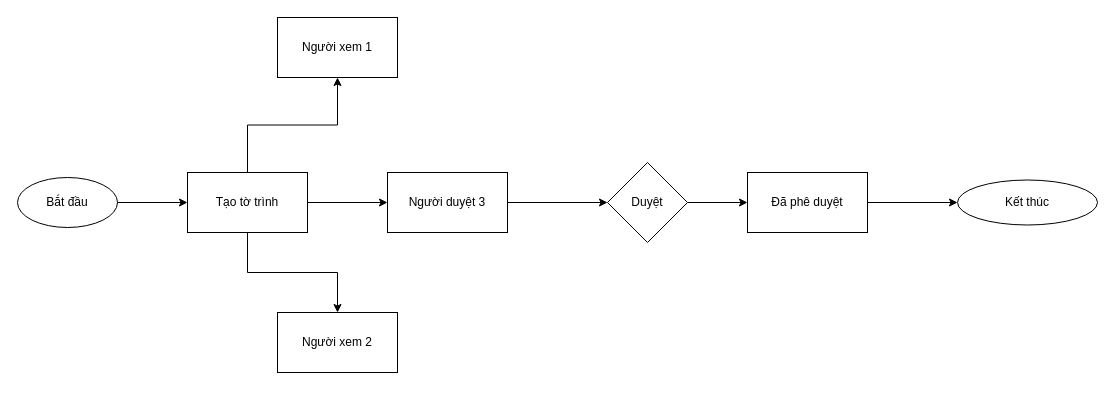
Before: Untitled Diagram.drawio in phatnhk/server, a draw.io diagram. Source tidied: cells renumbered, new cells numbered last; positions are measured from the earlier drawing's top-left corner, leaving out a move shared by most shapes. Both pictures are drawn from the tidied source at 100%, with x=0, y=0 at pixel (17, 17).
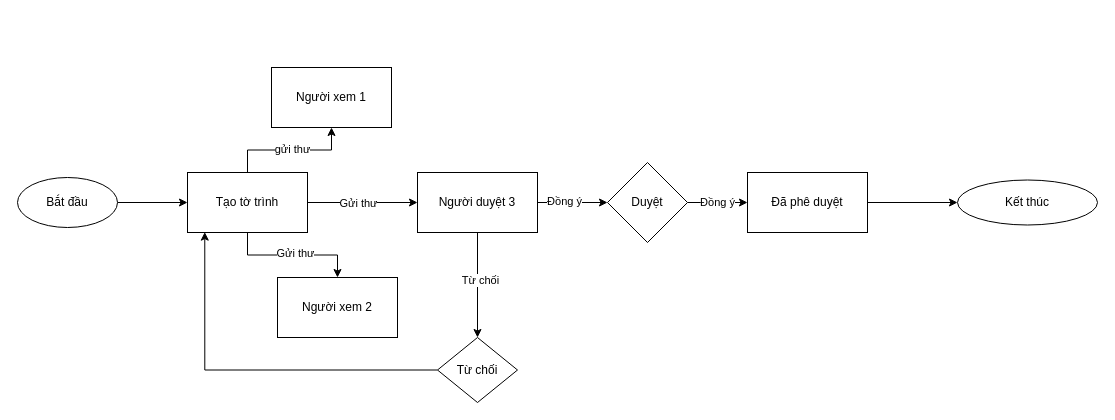
The same page after the edit.

The change refers to these unchanged cells:
```xml
<mxCell id="4" style="edgeStyle=orthogonalEdgeStyle;rounded=0;jettySize=auto;html=1;" parent="1" edge="1" source="7" target="8">
  <mxGeometry relative="1" as="geometry" />
</mxCell>
<mxCell id="5" style="edgeStyle=orthogonalEdgeStyle;rounded=0;jettySize=auto;html=1;" parent="1" edge="1" source="7" target="9">
  <mxGeometry relative="1" as="geometry" />
</mxCell>
<mxCell id="6" style="edgeStyle=orthogonalEdgeStyle;rounded=0;jettySize=auto;html=1;" parent="1" edge="1" source="7" target="11">
  <mxGeometry relative="1" as="geometry" />
</mxCell>
<mxCell id="7" value="Tạo tờ trình" style="whiteSpace=wrap;html=1;" parent="1" vertex="1">
  <mxGeometry x="170" y="155" width="120" height="60" as="geometry" />
</mxCell>
<mxCell id="10" style="edgeStyle=orthogonalEdgeStyle;rounded=0;jettySize=auto;html=1;" parent="1" edge="1" source="11" target="13">
  <mxGeometry relative="1" as="geometry" />
</mxCell>
<mxCell id="12" style="edgeStyle=orthogonalEdgeStyle;rounded=0;jettySize=auto;html=1;" parent="1" edge="1" source="13" target="15">
  <mxGeometry relative="1" as="geometry" />
</mxCell>
```

Change to the diagram source:
```diff
@@
+    <mxCell id="17" value="gửi thư" style="edgeLabel;html=1;align=center;verticalAlign=middle;" parent="4" vertex="1">
+      <mxGeometry x="0.03" y="1" relative="1" as="geometry">
+        <mxPoint x="1" as="offset" />
+      </mxGeometry>
+    </mxCell>
@@
+    <mxCell id="18" value="Gửi thư" style="edgeLabel;html=1;align=center;verticalAlign=middle;" parent="5" vertex="1">
+      <mxGeometry x="0.04" y="2" relative="1" as="geometry" />
+    </mxCell>
@@
+    <mxCell id="19" value="Gửi thư" style="edgeLabel;html=1;align=center;verticalAlign=middle;" parent="6" vertex="1">
+      <mxGeometry x="-0.35" y="2" relative="1" as="geometry">
+        <mxPoint x="14" y="2" as="offset" />
+      </mxGeometry>
+    </mxCell>
@@
     <mxCell id="8" value="Người xem 1" style="whiteSpace=wrap;html=1;" parent="1" vertex="1">
-      <mxGeometry x="260" width="120" height="60" as="geometry" />
+      <mxGeometry x="254" y="50" width="120" height="60" as="geometry" />
     </mxCell>
     <mxCell id="9" value="Người xem 2" style="whiteSpace=wrap;html=1;" parent="1" vertex="1">
-      <mxGeometry x="260" y="295" width="120" height="60" as="geometry" />
+      <mxGeometry x="260" y="260" width="120" height="60" as="geometry" />
     </mxCell>
@@
+    <mxCell id="20" value="Đồng ý" style="edgeLabel;html=1;align=center;verticalAlign=middle;" parent="10" vertex="1">
+      <mxGeometry x="-0.26" y="2" relative="1" as="geometry" />
+    </mxCell>
+    <mxCell id="21" style="edgeStyle=orthogonalEdgeStyle;rounded=0;jettySize=auto;html=1;" parent="1" edge="1" source="11" target="25">
+      <mxGeometry relative="1" as="geometry" />
+    </mxCell>
+    <mxCell id="22" value="Từ chối" style="edgeLabel;html=1;align=center;verticalAlign=middle;" parent="21" vertex="1">
+      <mxGeometry x="-0.1" y="2" relative="1" as="geometry" />
+    </mxCell>
     <mxCell id="11" value="Người duyệt 3" style="whiteSpace=wrap;html=1;" parent="1" vertex="1">
-      <mxGeometry x="370" y="155" width="120" height="60" as="geometry" />
+      <mxGeometry x="400" y="155" width="120" height="60" as="geometry" />
     </mxCell>
@@
+    <mxCell id="23" value="Đồng ý" style="edgeLabel;html=1;align=center;verticalAlign=middle;" parent="12" vertex="1">
+      <mxGeometry x="-0.03" y="1" relative="1" as="geometry" />
+    </mxCell>
@@
+    <mxCell id="24" style="edgeStyle=orthogonalEdgeStyle;rounded=0;jettySize=auto;html=1;entryX=0.144;entryY=0.994;entryDx=0;entryDy=0;entryPerimeter=0;" parent="1" edge="1" source="25" target="7">
+      <mxGeometry relative="1" as="geometry" />
+    </mxCell>
+    <mxCell id="25" value="Từ chối" style="rhombus;whiteSpace=wrap;html=1;" parent="1" vertex="1">
+      <mxGeometry x="420" y="320" width="80" height="65" as="geometry" />
+    </mxCell>
```
